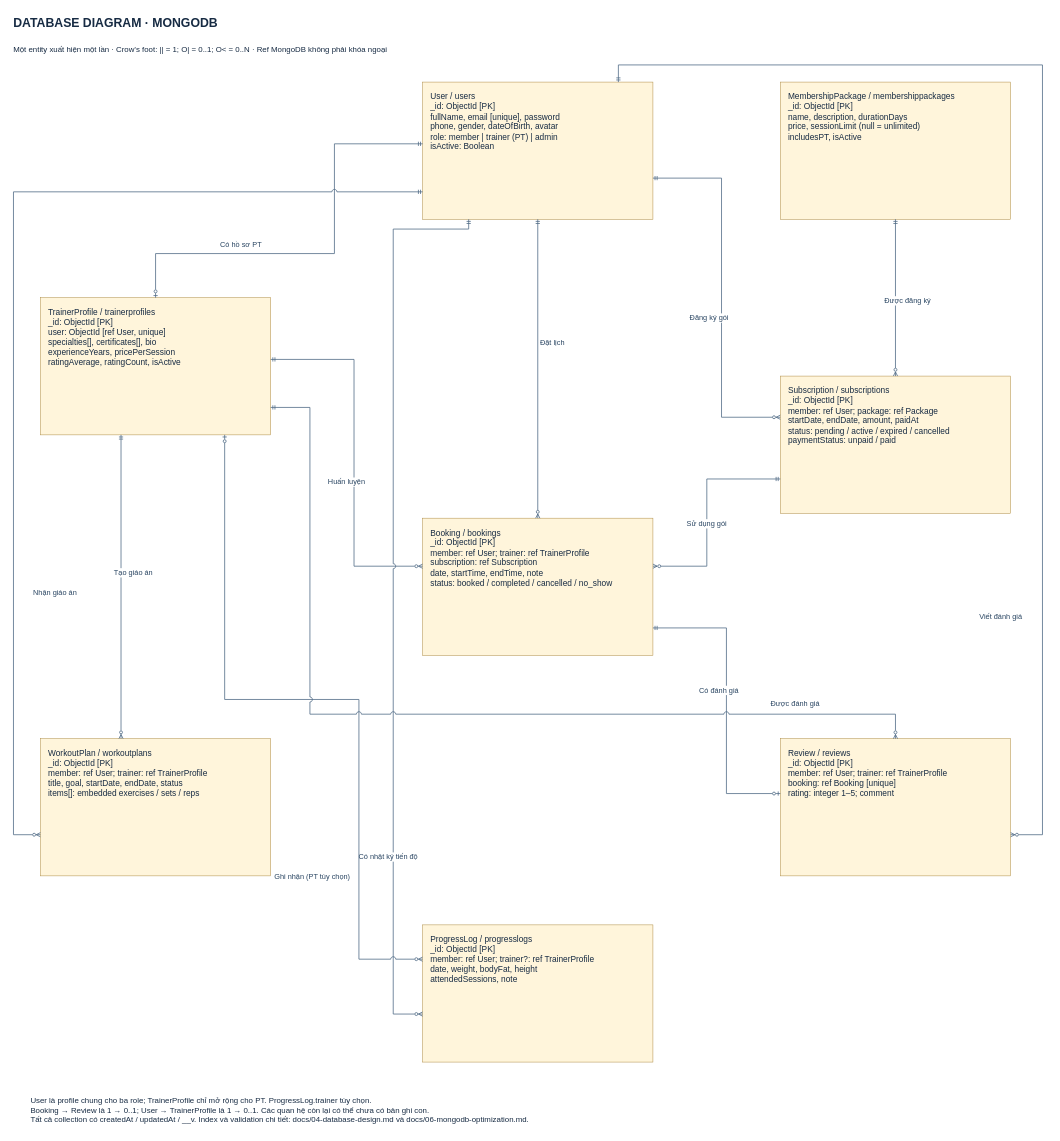
Above: docs/diagram/database.drawio in Huy-Haru/ProjectSDN (draw.io), before the change. Source tidied: cells renumbered, new cells numbered last; positions are measured from the earlier drawing's top-left corner, leaving out a move shared by most shapes. Both pictures are drawn from the tidied source at 49%, with x=0, y=0 at pixel (8, 8).
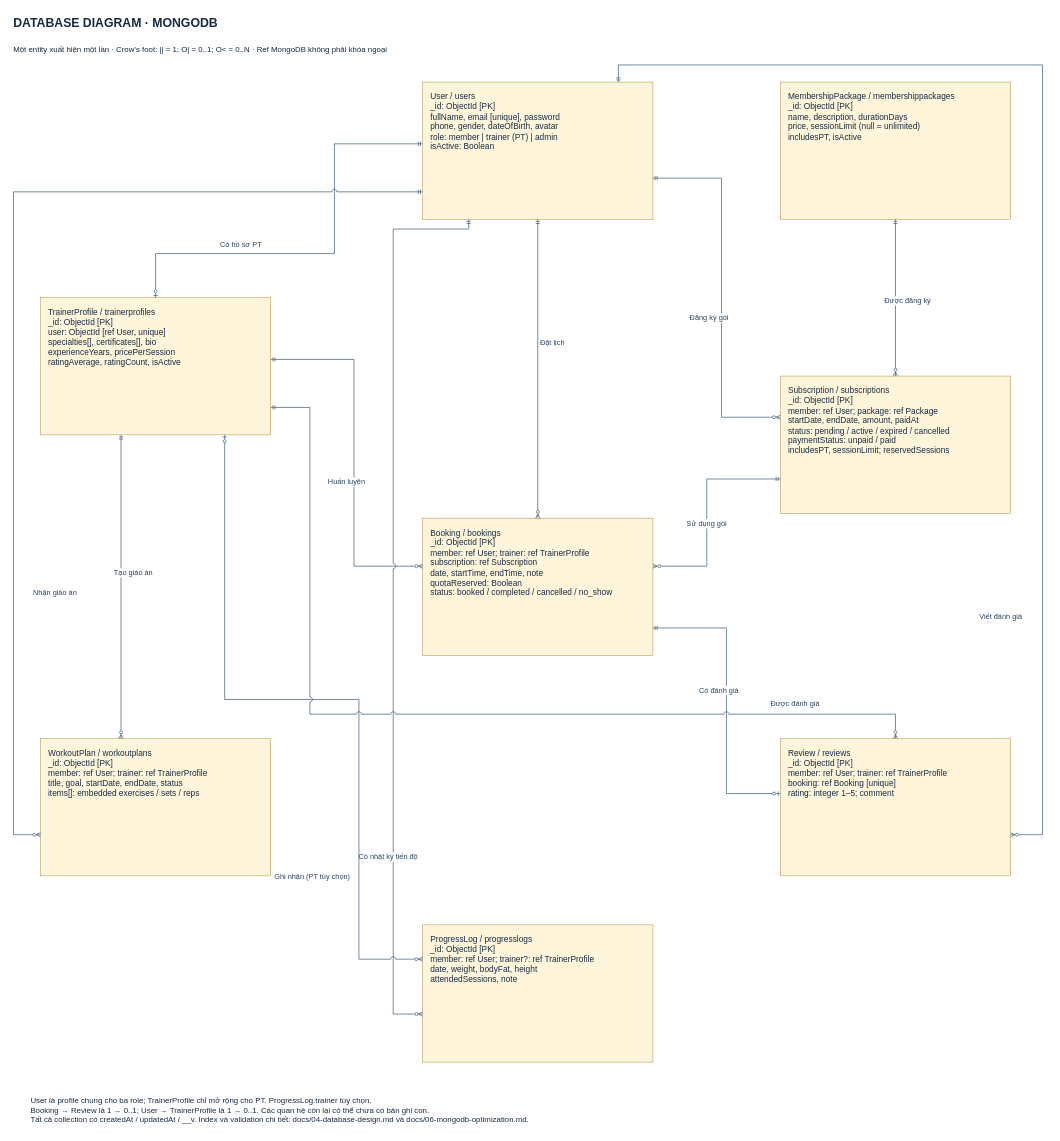
Above is the later version.

Change to the diagram source:
```diff
@@
-    <mxCell id="7" value="Subscription / subscriptions&#10;_id: ObjectId [PK]&#10;member: ref User; package: ref Package&#10;startDate, endDate, amount, paidAt&#10;status: pending / active / expired / cancelled&#10;paymentStatus: unpaid / paid" style="html=0;whiteSpace=wrap;fontFamily=Arial;fontSize=17;fontColor=#172b43;strokeColor=#ac893f;fillColor=#fff5db;spacing=10;rounded=0;align=left;verticalAlign=top;spacing=16;" parent="1" vertex="1">
+    <mxCell id="7" value="Subscription / subscriptions&#10;_id: ObjectId [PK]&#10;member: ref User; package: ref Package&#10;startDate, endDate, amount, paidAt&#10;status: pending / active / expired / cancelled&#10;paymentStatus: unpaid / paid&#10;includesPT, sessionLimit; reservedSessions" style="html=0;whiteSpace=wrap;fontFamily=Arial;fontSize=17;fontColor=#172b43;strokeColor=#ac893f;fillColor=#fff5db;spacing=10;rounded=0;align=left;verticalAlign=top;spacing=16;" parent="1" vertex="1">
       <mxGeometry x="1575" y="750" width="470" height="280" as="geometry" />
     </mxCell>
-    <mxCell id="8" value="Booking / bookings&#10;_id: ObjectId [PK]&#10;member: ref User; trainer: ref TrainerProfile&#10;subscription: ref Subscription&#10;date, startTime, endTime, note&#10;status: booked / completed / cancelled / no_show" style="html=0;whiteSpace=wrap;fontFamily=Arial;fontSize=17;fontColor=#172b43;strokeColor=#ac893f;fillColor=#fff5db;spacing=10;rounded=0;align=left;verticalAlign=top;spacing=16;" parent="1" vertex="1">
+    <mxCell id="8" value="Booking / bookings&#10;_id: ObjectId [PK]&#10;member: ref User; trainer: ref TrainerProfile&#10;subscription: ref Subscription&#10;date, startTime, endTime, note&#10;quotaReserved: Boolean&#10;status: booked / completed / cancelled / no_show" style="html=0;whiteSpace=wrap;fontFamily=Arial;fontSize=17;fontColor=#172b43;strokeColor=#ac893f;fillColor=#fff5db;spacing=10;rounded=0;align=left;verticalAlign=top;spacing=16;" parent="1" vertex="1">
       <mxGeometry x="845" y="1040" width="470" height="280" as="geometry" />
     </mxCell>
```
